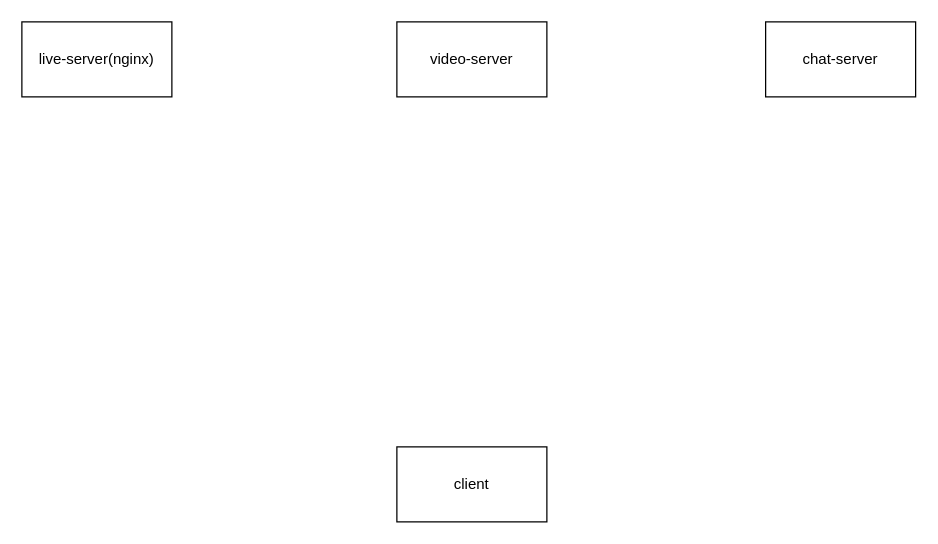
Earlier version of the draw.io diagram new-frame.drawio (blackjack2022/draw.io). Source tidied: cells renumbered, new cells numbered last; positions are measured from the earlier drawing's top-left corner, leaving out a move shared by most shapes. Both pictures are drawn from the tidied source at 125%, with x=0, y=0 at pixel (21, 21).
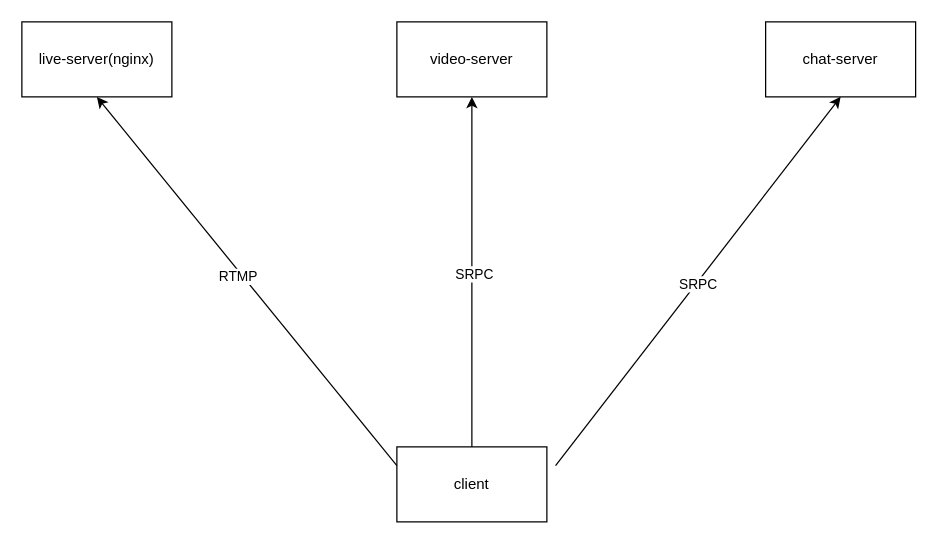
The same diagram, later.

The edit, as a diff of the source:
```diff
@@
 <mxGraphModel>
   <root>
     <mxCell id="0" />
     <mxCell id="1" parent="0" />
     <mxCell id="2" value="client" style="rounded=0;whiteSpace=wrap;html=1;" parent="1" vertex="1">
       <mxGeometry x="300" y="340" width="120" height="60" as="geometry" />
     </mxCell>
     <mxCell id="3" value="live-server(nginx)" style="rounded=0;whiteSpace=wrap;html=1;" parent="1" vertex="1">
       <mxGeometry width="120" height="60" as="geometry" />
     </mxCell>
     <mxCell id="4" value="video-server" style="rounded=0;whiteSpace=wrap;html=1;" parent="1" vertex="1">
       <mxGeometry x="300" width="120" height="60" as="geometry" />
     </mxCell>
     <mxCell id="5" value="chat-server" style="rounded=0;whiteSpace=wrap;html=1;" parent="1" vertex="1">
       <mxGeometry x="595" width="120" height="60" as="geometry" />
     </mxCell>
+    <mxCell id="6" style="endArrow=classic;html=1;rounded=0;entryX=0.5;entryY=1;entryDx=0;entryDy=0;exitX=0;exitY=0.25;exitDx=0;exitDy=0;" parent="1" edge="1" source="2" target="3">
+      <mxGeometry relative="1" as="geometry" />
+    </mxCell>
+    <mxCell id="7" value="RTMP" style="edgeLabel;html=1;align=center;verticalAlign=middle;" parent="6" vertex="1">
+      <mxGeometry x="0.04" y="3" relative="1" as="geometry" />
+    </mxCell>
+    <mxCell id="8" style="endArrow=classic;html=1;rounded=0;entryX=0.5;entryY=1;entryDx=0;entryDy=0;exitX=0.5;exitY=0;exitDx=0;exitDy=0;" parent="1" edge="1" source="2" target="4">
+      <mxGeometry relative="1" as="geometry" />
+    </mxCell>
+    <mxCell id="9" value="SRPC" style="edgeLabel;html=1;align=center;verticalAlign=middle;" parent="8" vertex="1">
+      <mxGeometry x="-0.01" y="-1" relative="1" as="geometry" />
+    </mxCell>
+    <mxCell id="10" style="endArrow=classic;html=1;rounded=0;entryX=0.5;entryY=1;entryDx=0;entryDy=0;exitX=1.058;exitY=0.25;exitDx=0;exitDy=0;exitPerimeter=0;" parent="1" edge="1" source="2" target="5">
+      <mxGeometry relative="1" as="geometry" />
+    </mxCell>
+    <mxCell id="11" value="SRPC" style="edgeLabel;html=1;align=center;verticalAlign=middle;" parent="10" vertex="1">
+      <mxGeometry x="-0.01" y="-1" relative="1" as="geometry" />
+    </mxCell>
   </root>
 </mxGraphModel>
```
